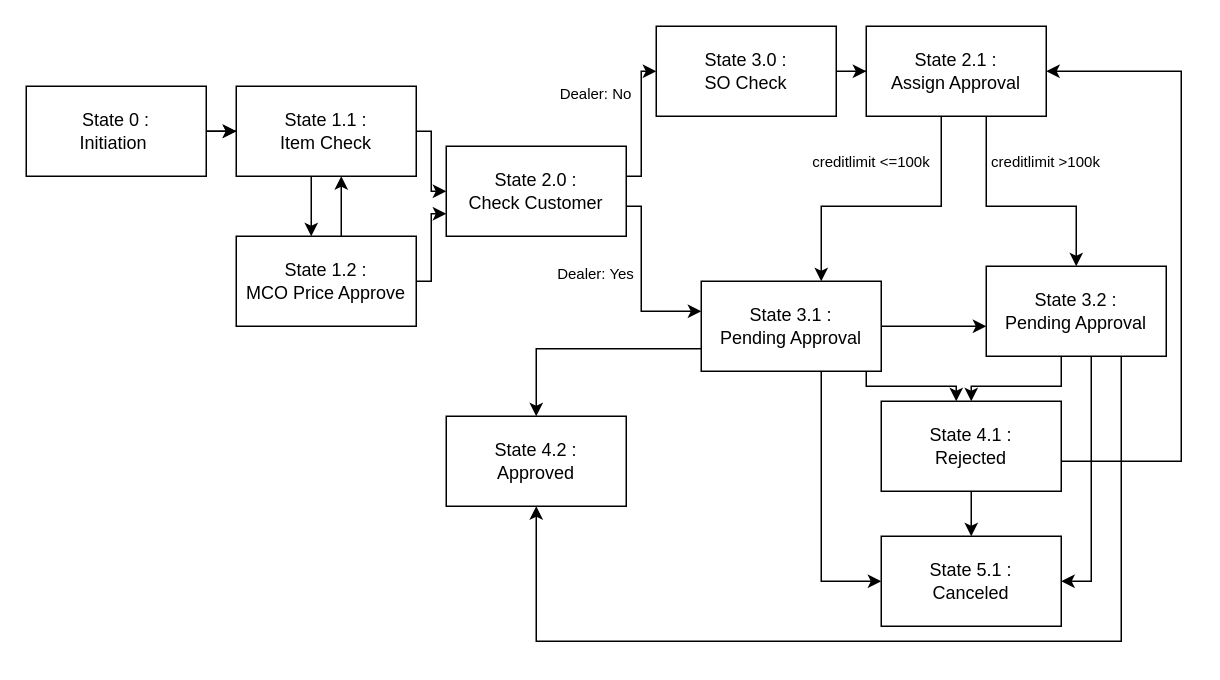
The draw.io diagram documentation/build/Flowchart.drawio in mstechgeek/AdminLTE, before the edit. Source tidied: cells renumbered, new cells numbered last; positions are measured from the earlier drawing's top-left corner, leaving out a move shared by most shapes. Both pictures are drawn from the tidied source at 150%, with x=0, y=0 at pixel (26, 26).
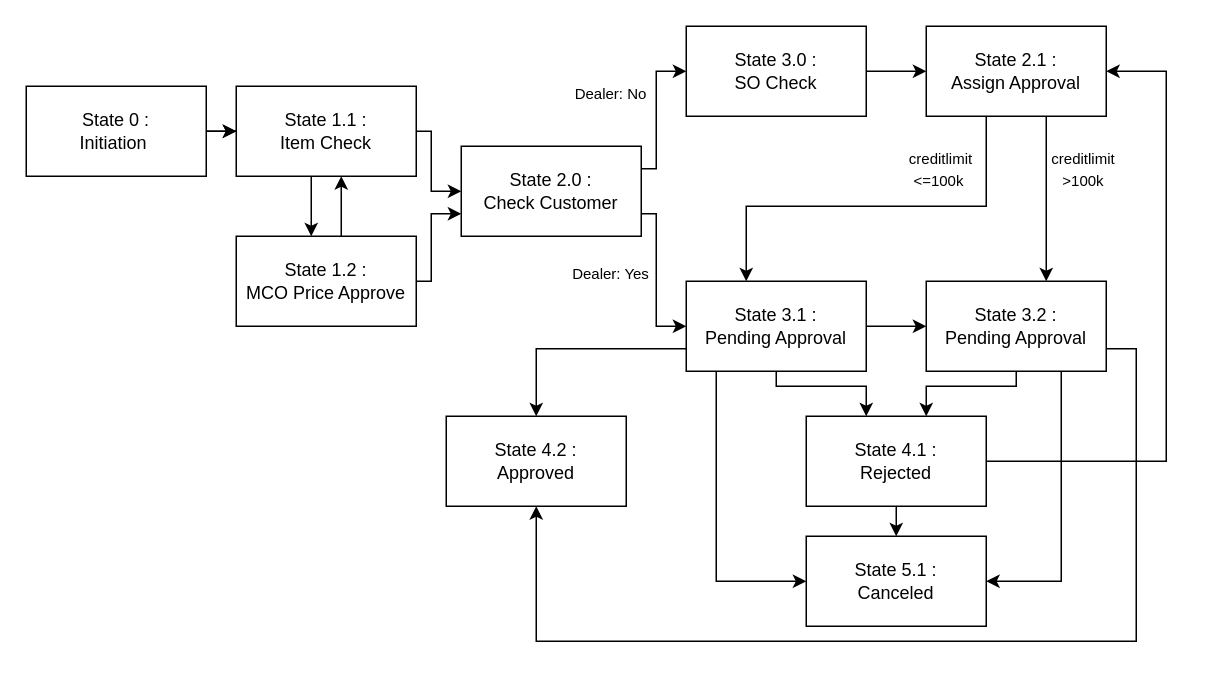
The same diagram, later.

The change refers to these unchanged cells:
```xml
<mxCell id="36" value="&lt;span&gt;State 4.2 : &lt;br&gt;Approved&lt;br&gt;&lt;/span&gt;" style="rounded=0;whiteSpace=wrap;html=1;" parent="1" vertex="1">
  <mxGeometry x="280" y="260" width="120" height="60" as="geometry" />
</mxCell>
```

Change to the diagram source:
```diff
@@
-    <mxCell id="9" style="edgeStyle=orthogonalEdgeStyle;rounded=0;jettySize=auto;html=1;exitX=1;exitY=0.5;exitDx=0;exitDy=0;entryX=0;entryY=0.5;entryDx=0;entryDy=0;" parent="1" edge="1" source="11" target="13">
+    <mxCell id="9" style="edgeStyle=orthogonalEdgeStyle;rounded=0;jettySize=auto;html=1;exitX=1;exitY=0.25;exitDx=0;exitDy=0;entryX=0;entryY=0.5;entryDx=0;entryDy=0;" parent="1" edge="1" source="11" target="13">
       <mxGeometry relative="1" as="geometry">
         <Array as="points">
-          <mxPoint x="400" y="100" />
-          <mxPoint x="410" y="100" />
-          <mxPoint x="410" y="30" />
+          <mxPoint x="420" y="95" />
+          <mxPoint x="420" y="30" />
         </Array>
       </mxGeometry>
     </mxCell>
-    <mxCell id="10" style="edgeStyle=orthogonalEdgeStyle;rounded=0;jettySize=auto;html=1;exitX=1;exitY=0.5;exitDx=0;exitDy=0;" parent="1" edge="1" source="11" target="23">
+    <mxCell id="10" style="edgeStyle=orthogonalEdgeStyle;rounded=0;jettySize=auto;html=1;exitX=1;exitY=0.75;exitDx=0;exitDy=0;entryX=0;entryY=0.5;entryDx=0;entryDy=0;" parent="1" edge="1" source="11" target="23">
       <mxGeometry relative="1" as="geometry">
         <Array as="points">
-          <mxPoint x="400" y="120" />
-          <mxPoint x="410" y="120" />
-          <mxPoint x="410" y="190" />
+          <mxPoint x="420" y="125" />
+          <mxPoint x="420" y="200" />
         </Array>
       </mxGeometry>
     </mxCell>
     <mxCell id="11" value="State 2.0 : &lt;br&gt;Check Customer" style="rounded=0;whiteSpace=wrap;html=1;" parent="1" vertex="1">
-      <mxGeometry x="280" y="80" width="120" height="60" as="geometry" />
+      <mxGeometry x="290" y="80" width="120" height="60" as="geometry" />
     </mxCell>
@@
     <mxCell id="13" value="State 3.0 : &lt;br&gt;SO Check" style="rounded=0;whiteSpace=wrap;html=1;" parent="1" vertex="1">
-      <mxGeometry x="420" width="120" height="60" as="geometry" />
+      <mxGeometry x="440" width="120" height="60" as="geometry" />
     </mxCell>
@@
-    <mxCell id="16" style="edgeStyle=orthogonalEdgeStyle;rounded=0;jettySize=auto;html=1;" parent="1" edge="1" source="18" target="23">
+    <mxCell id="16" style="edgeStyle=orthogonalEdgeStyle;rounded=0;jettySize=auto;html=1;exitX=0.25;exitY=1;exitDx=0;exitDy=0;" parent="1" edge="1" source="18" target="23">
       <mxGeometry relative="1" as="geometry">
         <Array as="points">
-          <mxPoint x="610" y="120" />
-          <mxPoint x="530" y="120" />
+          <mxPoint x="640" y="60" />
+          <mxPoint x="640" y="120" />
+          <mxPoint x="480" y="120" />
         </Array>
       </mxGeometry>
     </mxCell>
     <mxCell id="17" style="edgeStyle=orthogonalEdgeStyle;rounded=0;jettySize=auto;html=1;" parent="1" edge="1" source="18" target="27">
       <mxGeometry relative="1" as="geometry">
         <Array as="points">
-          <mxPoint x="640" y="120" />
-          <mxPoint x="700" y="120" />
+          <mxPoint x="680" y="130" />
+          <mxPoint x="680" y="130" />
         </Array>
       </mxGeometry>
     </mxCell>
     <mxCell id="18" value="State 2.1 : &lt;br&gt;Assign Approval" style="rounded=0;whiteSpace=wrap;html=1;" parent="1" vertex="1">
-      <mxGeometry x="560" width="120" height="60" as="geometry" />
+      <mxGeometry x="600" width="120" height="60" as="geometry" />
     </mxCell>
     <mxCell id="19" style="edgeStyle=orthogonalEdgeStyle;rounded=0;jettySize=auto;html=1;" parent="1" edge="1" source="23" target="27">
       <mxGeometry relative="1" as="geometry">
         <Array as="points">
-          <mxPoint x="570" y="180" />
-          <mxPoint x="570" y="180" />
+          <mxPoint x="590" y="200" />
+          <mxPoint x="590" y="200" />
         </Array>
       </mxGeometry>
     </mxCell>
-    <mxCell id="20" style="edgeStyle=orthogonalEdgeStyle;rounded=0;jettySize=auto;html=1;exitX=1;exitY=0.75;exitDx=0;exitDy=0;" parent="1" edge="1" source="23" target="34">
+    <mxCell id="20" style="edgeStyle=orthogonalEdgeStyle;rounded=0;jettySize=auto;html=1;exitX=0.75;exitY=1;exitDx=0;exitDy=0;" parent="1" edge="1" source="23" target="34">
       <mxGeometry relative="1" as="geometry">
         <Array as="points">
-          <mxPoint x="540" y="190" />
-          <mxPoint x="560" y="190" />
+          <mxPoint x="500" y="230" />
+          <mxPoint x="500" y="240" />
           <mxPoint x="560" y="240" />
-          <mxPoint x="620" y="240" />
         </Array>
       </mxGeometry>
     </mxCell>
-    <mxCell id="21" style="edgeStyle=orthogonalEdgeStyle;rounded=0;jettySize=auto;html=1;entryX=0;entryY=0.5;entryDx=0;entryDy=0;" parent="1" edge="1" target="35">
+    <mxCell id="21" style="edgeStyle=orthogonalEdgeStyle;rounded=0;jettySize=auto;html=1;entryX=0;entryY=0.5;entryDx=0;entryDy=0;exitX=0.5;exitY=1;exitDx=0;exitDy=0;" parent="1" edge="1" source="23" target="35">
       <mxGeometry relative="1" as="geometry">
-        <mxPoint x="520" y="220" as="sourcePoint" />
         <Array as="points">
-          <mxPoint x="530" y="220" />
-          <mxPoint x="530" y="370" />
+          <mxPoint x="460" y="230" />
+          <mxPoint x="460" y="370" />
         </Array>
       </mxGeometry>
     </mxCell>
@@
     <mxCell id="23" value="State 3.1 : &lt;br&gt;Pending Approval" style="whiteSpace=wrap;html=1;rounded=0;" parent="1" vertex="1">
-      <mxGeometry x="450" y="170" width="120" height="60" as="geometry" />
+      <mxGeometry x="440" y="170" width="120" height="60" as="geometry" />
     </mxCell>
-    <mxCell id="24" style="edgeStyle=orthogonalEdgeStyle;rounded=0;jettySize=auto;html=1;" parent="1" edge="1" source="27" target="34">
+    <mxCell id="24" style="edgeStyle=orthogonalEdgeStyle;rounded=0;jettySize=auto;html=1;exitX=0.5;exitY=1;exitDx=0;exitDy=0;" parent="1" edge="1" source="27" target="34">
       <mxGeometry relative="1" as="geometry">
         <Array as="points">
-          <mxPoint x="690" y="240" />
-          <mxPoint x="630" y="240" />
+          <mxPoint x="660" y="240" />
+          <mxPoint x="600" y="240" />
         </Array>
       </mxGeometry>
     </mxCell>
     <mxCell id="25" style="edgeStyle=orthogonalEdgeStyle;rounded=0;jettySize=auto;html=1;exitX=0.75;exitY=1;exitDx=0;exitDy=0;" parent="1" edge="1" source="27" target="35">
       <mxGeometry relative="1" as="geometry">
         <Array as="points">
-          <mxPoint x="710" y="220" />
-          <mxPoint x="710" y="370" />
+          <mxPoint x="690" y="370" />
         </Array>
       </mxGeometry>
     </mxCell>
-    <mxCell id="26" style="edgeStyle=orthogonalEdgeStyle;rounded=0;jettySize=auto;html=1;exitX=0.75;exitY=1;exitDx=0;exitDy=0;entryX=0.5;entryY=1;entryDx=0;entryDy=0;" parent="1" edge="1" source="27" target="36">
+    <mxCell id="26" style="edgeStyle=orthogonalEdgeStyle;rounded=0;jettySize=auto;html=1;entryX=0.5;entryY=1;entryDx=0;entryDy=0;exitX=1;exitY=0.75;exitDx=0;exitDy=0;" parent="1" edge="1" source="27" target="36">
       <mxGeometry relative="1" as="geometry">
         <Array as="points">
-          <mxPoint x="730" y="410" />
+          <mxPoint x="740" y="215" />
+          <mxPoint x="740" y="410" />
           <mxPoint x="340" y="410" />
         </Array>
       </mxGeometry>
     </mxCell>
     <mxCell id="27" value="State 3.2 : &lt;br&gt;Pending Approval" style="whiteSpace=wrap;html=1;rounded=0;" parent="1" vertex="1">
-      <mxGeometry x="640" y="160" width="120" height="60" as="geometry" />
+      <mxGeometry x="600" y="170" width="120" height="60" as="geometry" />
     </mxCell>
     <mxCell id="28" value="&lt;font style=&quot;font-size: 10px&quot;&gt;Dealer: No&lt;/font&gt;" style="text;html=1;strokeColor=none;fillColor=none;align=center;verticalAlign=middle;whiteSpace=wrap;rounded=0;rotation=0;" parent="1" vertex="1">
-      <mxGeometry x="355" y="40" width="50" height="10" as="geometry" />
+      <mxGeometry x="365" y="40" width="50" height="10" as="geometry" />
     </mxCell>
     <mxCell id="29" value="&lt;font style=&quot;font-size: 10px&quot;&gt;Dealer: Yes&lt;/font&gt;" style="text;html=1;strokeColor=none;fillColor=none;align=center;verticalAlign=middle;whiteSpace=wrap;rounded=0;rotation=0;" parent="1" vertex="1">
-      <mxGeometry x="350" y="160" width="60" height="10" as="geometry" />
+      <mxGeometry x="360" y="160" width="60" height="10" as="geometry" />
     </mxCell>
-    <mxCell id="30" value="&lt;span style=&quot;font-size: 10px&quot;&gt;creditlimit &amp;lt;=100k&amp;nbsp;&lt;/span&gt;" style="text;html=1;strokeColor=none;fillColor=none;align=center;verticalAlign=middle;whiteSpace=wrap;rounded=0;rotation=0;" parent="1" vertex="1">
-      <mxGeometry x="520" y="80" width="90" height="20" as="geometry" />
+    <mxCell id="30" value="&lt;span style=&quot;font-size: 10px&quot;&gt;creditlimit &lt;br&gt;&amp;lt;=100k&amp;nbsp;&lt;/span&gt;" style="text;html=1;strokeColor=none;fillColor=none;align=center;verticalAlign=middle;whiteSpace=wrap;rounded=0;rotation=0;" parent="1" vertex="1">
+      <mxGeometry x="590" y="80" width="40" height="30" as="geometry" />
     </mxCell>
-    <mxCell id="31" value="&lt;span style=&quot;font-size: 10px&quot;&gt;creditlimit &amp;gt;100k&lt;/span&gt;" style="text;html=1;strokeColor=none;fillColor=none;align=center;verticalAlign=middle;whiteSpace=wrap;rounded=0;rotation=0;" parent="1" vertex="1">
-      <mxGeometry x="640" y="80" width="80" height="20" as="geometry" />
+    <mxCell id="31" value="&lt;span style=&quot;font-size: 10px&quot;&gt;creditlimit &lt;br&gt;&amp;gt;100k&lt;/span&gt;" style="text;html=1;strokeColor=none;fillColor=none;align=center;verticalAlign=middle;whiteSpace=wrap;rounded=0;rotation=0;" parent="1" vertex="1">
+      <mxGeometry x="680" y="80" width="50" height="30" as="geometry" />
     </mxCell>
     <mxCell id="32" style="edgeStyle=orthogonalEdgeStyle;rounded=0;jettySize=auto;html=1;entryX=1;entryY=0.5;entryDx=0;entryDy=0;" parent="1" edge="1" source="34" target="18">
       <mxGeometry relative="1" as="geometry">
         <Array as="points">
-          <mxPoint x="770" y="290" />
-          <mxPoint x="770" y="30" />
+          <mxPoint x="760" y="290" />
+          <mxPoint x="760" y="30" />
         </Array>
       </mxGeometry>
     </mxCell>
     <mxCell id="33" style="edgeStyle=orthogonalEdgeStyle;rounded=0;jettySize=auto;html=1;" parent="1" edge="1" source="34" target="35">
       <mxGeometry relative="1" as="geometry">
         <Array as="points">
-          <mxPoint x="630" y="330" />
-          <mxPoint x="630" y="330" />
+          <mxPoint x="580" y="320" />
+          <mxPoint x="580" y="320" />
         </Array>
       </mxGeometry>
     </mxCell>
     <mxCell id="34" value="&lt;span&gt;State 4.1 : &lt;br&gt;Rejected&lt;/span&gt;" style="rounded=0;whiteSpace=wrap;html=1;" parent="1" vertex="1">
-      <mxGeometry x="570" y="250" width="120" height="60" as="geometry" />
+      <mxGeometry x="520" y="260" width="120" height="60" as="geometry" />
     </mxCell>
     <mxCell id="35" value="&lt;span&gt;State 5.1 : &lt;br&gt;Canceled&lt;br&gt;&lt;/span&gt;" style="rounded=0;whiteSpace=wrap;html=1;" parent="1" vertex="1">
-      <mxGeometry x="570" y="340" width="120" height="60" as="geometry" />
+      <mxGeometry x="520" y="340" width="120" height="60" as="geometry" />
     </mxCell>
```
